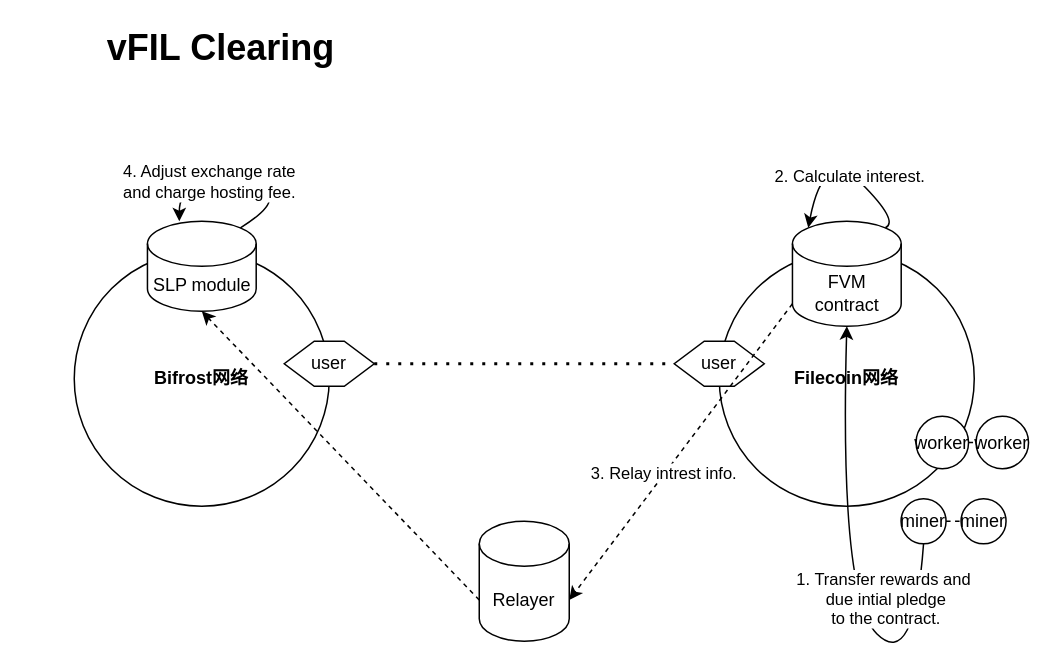
Before: vfil-clearing-fvm.drawio in herryho/flowchars, a draw.io diagram. Source tidied: cells renumbered, new cells numbered last; positions are measured from the earlier drawing's top-left corner, leaving out a move shared by most shapes. Both pictures are drawn from the tidied source at 150%, with x=0, y=0 at pixel (26, 26).
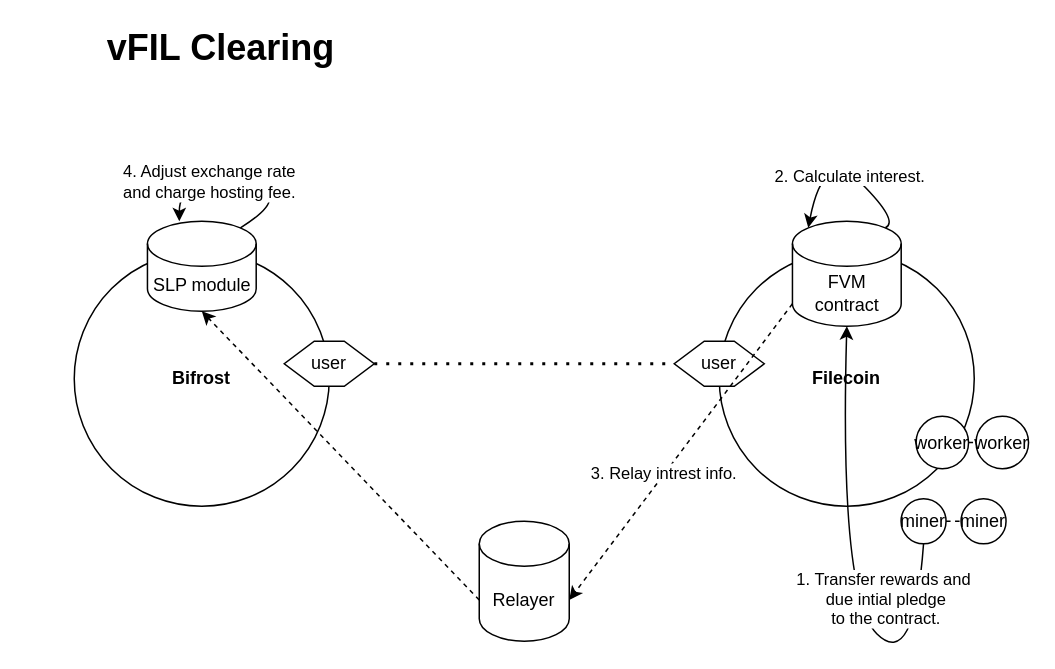
Above is the later version.

Change to the diagram source:
```diff
@@
-    <mxCell id="2" value="&lt;b&gt;Bifrost网络&lt;/b&gt;" style="ellipse;whiteSpace=wrap;html=1;" parent="1" vertex="1">
+    <mxCell id="2" value="&lt;b&gt;Bifrost&lt;/b&gt;" style="ellipse;whiteSpace=wrap;html=1;" parent="1" vertex="1">
       <mxGeometry x="32" y="150" width="170" height="170" as="geometry" />
     </mxCell>
-    <mxCell id="3" value="&lt;b&gt;Filecoin网络&lt;/b&gt;" style="ellipse;whiteSpace=wrap;html=1;" parent="1" vertex="1">
+    <mxCell id="3" value="&lt;b&gt;Filecoin&lt;/b&gt;" style="ellipse;whiteSpace=wrap;html=1;" parent="1" vertex="1">
       <mxGeometry x="462" y="150" width="170" height="170" as="geometry" />
     </mxCell>
```
